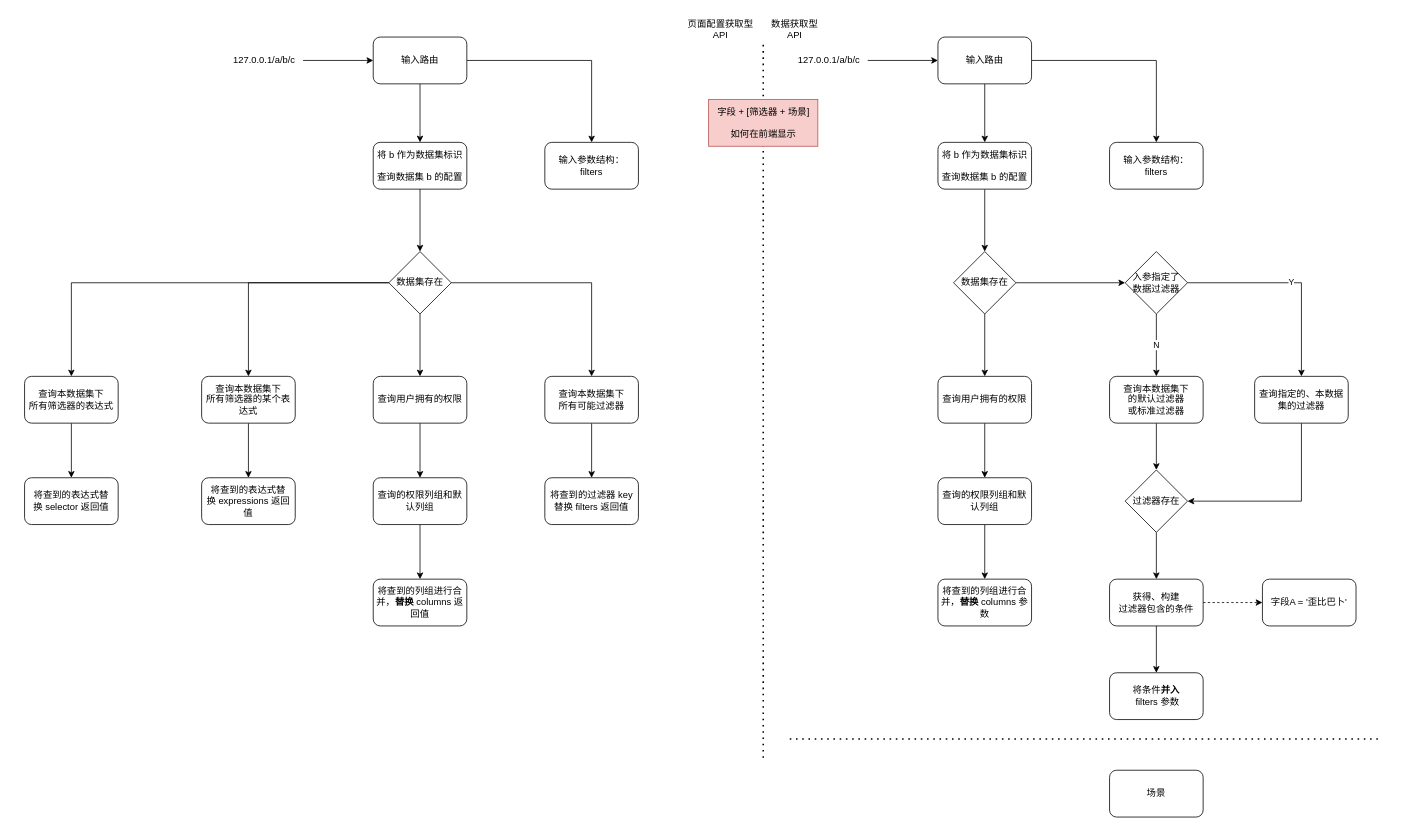
uiosun/diagrams keeps this draw.io diagram as page "Request Analyze" (5 of 6) of 结构分析.drawio. Above is the earlier version. Source tidied: cells renumbered, new cells numbered last; positions are measured from the earlier drawing's top-left corner, leaving out a move shared by most shapes. Both pictures are drawn from the tidied source at 78%, with x=0, y=0 at pixel (24, 13).
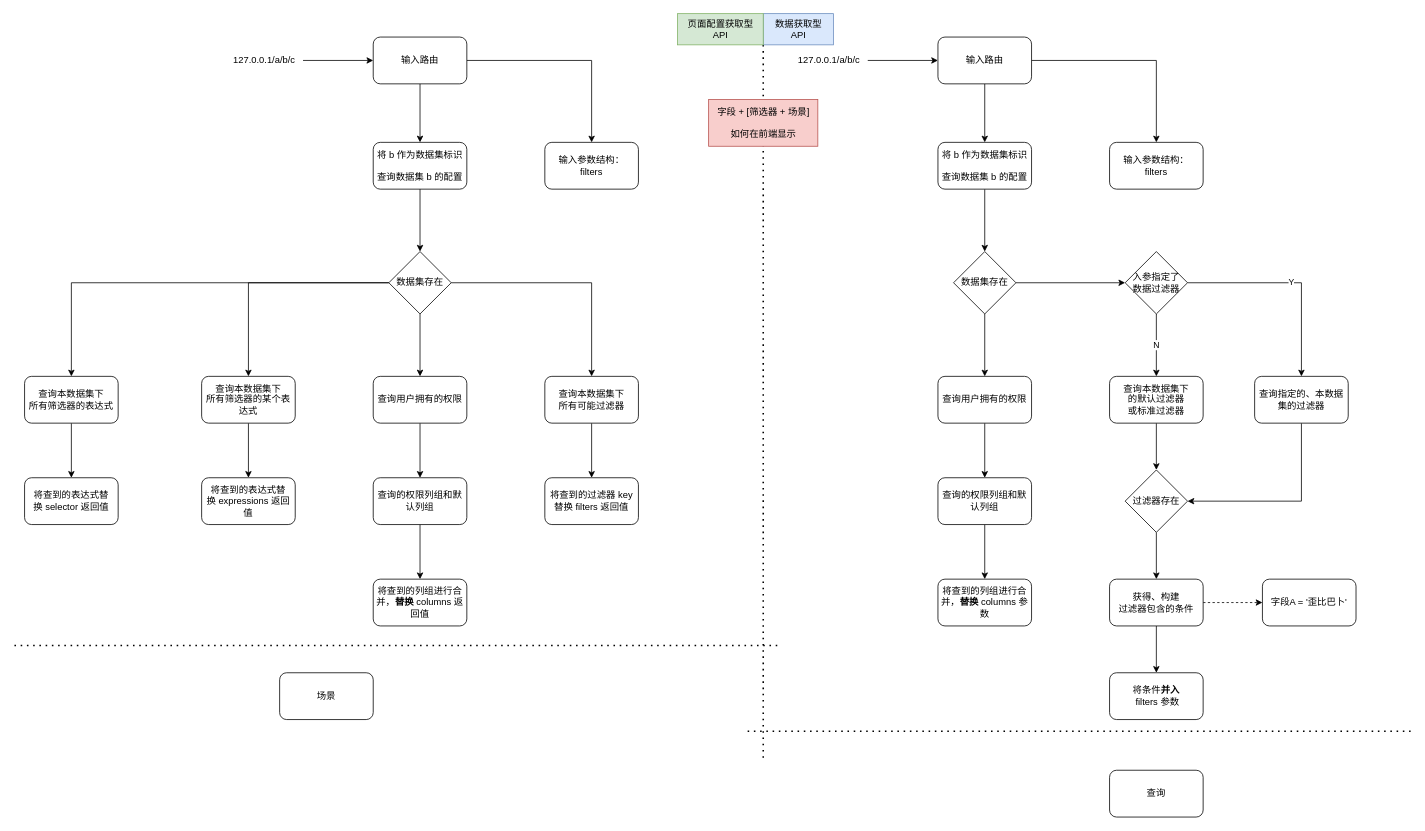
The same page after the edit.

Change to the diagram source:
```diff
@@
-    <mxCell id="26" value="输入参数结构：&lt;br&gt;filters" style="rounded=1;whiteSpace=wrap;html=1;" parent="1" vertex="1">
+    <mxCell id="26" value="输入参数结构：&lt;br&gt;filters&lt;br&gt;" style="rounded=1;whiteSpace=wrap;html=1;" parent="1" vertex="1">
       <mxGeometry x="1391" y="165" width="120" height="60" as="geometry" />
     </mxCell>
@@
     <mxCell id="33" value="场景" style="rounded=1;whiteSpace=wrap;html=1;" parent="1" vertex="1">
-      <mxGeometry x="1391" y="970" width="120" height="60" as="geometry" />
+      <mxGeometry x="327" y="845" width="120" height="60" as="geometry" />
     </mxCell>
     <mxCell id="34" style="endArrow=none;dashed=1;html=1;dashPattern=1 3;strokeWidth=2;rounded=0;" parent="1" edge="1">
       <mxGeometry relative="1" as="geometry">
-        <mxPoint x="981" y="930" as="sourcePoint" />
-        <mxPoint x="1741" y="930" as="targetPoint" />
+        <mxPoint x="-13" y="810" as="sourcePoint" />
+        <mxPoint x="967" y="810" as="targetPoint" />
       </mxGeometry>
     </mxCell>
-    <mxCell id="35" value="数据获取型&lt;br&gt;API" style="text;html=1;align=center;verticalAlign=middle;strokeColor=none;fillColor=none;" parent="1" vertex="1">
-      <mxGeometry x="947" width="80" height="40" as="geometry" />
+    <mxCell id="35" value="&amp;nbsp;数据获取型&amp;nbsp;&lt;br&gt;API" style="text;html=1;align=center;verticalAlign=middle;strokeColor=#6c8ebf;fillColor=#dae8fc;" parent="1" vertex="1">
+      <mxGeometry x="947" width="90" height="40" as="geometry" />
     </mxCell>
-    <mxCell id="36" value="页面配置获取型&lt;br&gt;API" style="text;html=1;align=center;verticalAlign=middle;strokeColor=none;fillColor=none;" parent="1" vertex="1">
+    <mxCell id="36" value="页面配置获取型&lt;br&gt;API" style="text;html=1;align=center;verticalAlign=middle;strokeColor=#82b366;fillColor=#d5e8d4;" parent="1" vertex="1">
       <mxGeometry x="837" width="110" height="40" as="geometry" />
     </mxCell>
@@
+    <mxCell id="65" style="endArrow=none;dashed=1;html=1;dashPattern=1 3;strokeWidth=2;rounded=0;" parent="1" edge="1">
+      <mxGeometry relative="1" as="geometry">
+        <mxPoint x="927" y="920" as="sourcePoint" />
+        <mxPoint x="1777" y="920" as="targetPoint" />
+      </mxGeometry>
+    </mxCell>
+    <mxCell id="66" value="查询" style="rounded=1;whiteSpace=wrap;html=1;" parent="1" vertex="1">
+      <mxGeometry x="1391" y="970" width="120" height="60" as="geometry" />
+    </mxCell>
```
